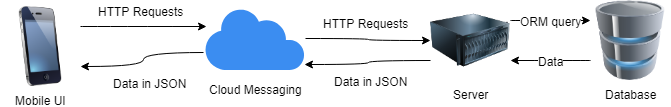
Before: FYP Architecture.png, a diagram exported from draw.io (khwongbf/FYP-CodeBase). Source tidied: cells renumbered, new cells last; positions are measured from the earlier drawing's top-left corner, leaving out a move shared by most shapes.
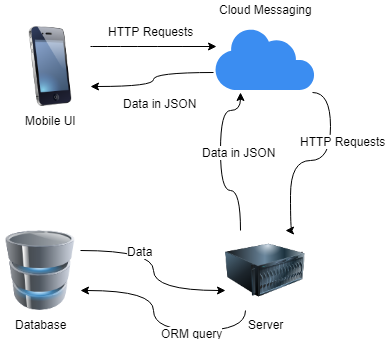
After the commit.

The edit, as a diff of the source:
```diff
@@ -2,7 +2,7 @@
   <root>
     <mxCell id="0" />
     <mxCell id="1" parent="0" />
-    <mxCell id="2" style="edgeStyle=orthogonalEdgeStyle;curved=1;jettySize=auto;html=1;exitX=0;exitY=0.75;exitDx=0;exitDy=0;entryX=1;entryY=0.75;entryDx=0;entryDy=0;" parent="1" edge="1" source="4" target="9">
+    <mxCell id="2" style="edgeStyle=orthogonalEdgeStyle;curved=1;jettySize=auto;html=1;exitX=1;exitY=0.25;exitDx=0;exitDy=0;entryX=0;entryY=0.75;entryDx=0;entryDy=0;" parent="1" edge="1" source="4" target="9">
       <mxGeometry relative="1" as="geometry" />
     </mxCell>
     <mxCell id="3" value="Data" style="text;html=1;align=center;verticalAlign=middle;labelBackgroundColor=#ffffff;" parent="2" vertex="1">
@@ -11,17 +11,25 @@
       </mxGeometry>
     </mxCell>
     <mxCell id="4" value="Database" style="image;html=1;labelBackgroundColor=#ffffff;image=img/lib/clip_art/computers/Database_128x128.png;" parent="1" vertex="1">
-      <mxGeometry x="590" width="80" height="80" as="geometry" />
+      <mxGeometry x="-10" y="210" width="80" height="80" as="geometry" />
     </mxCell>
-    <mxCell id="5" style="edgeStyle=orthogonalEdgeStyle;curved=1;jettySize=auto;html=1;exitX=0;exitY=0.75;exitDx=0;exitDy=0;entryX=0.99;entryY=0.906;entryDx=0;entryDy=0;entryPerimeter=0;" parent="1" edge="1" source="9" target="14">
-      <mxGeometry relative="1" as="geometry" />
+    <mxCell id="5" style="edgeStyle=orthogonalEdgeStyle;curved=1;jettySize=auto;html=1;entryX=0.25;entryY=1.031;entryDx=0;entryDy=0;entryPerimeter=0;" parent="1" edge="1" target="14">
+      <mxGeometry relative="1" as="geometry">
+        <mxPoint x="230" y="210" as="sourcePoint" />
+        <Array as="points">
+          <mxPoint x="230" y="170" />
+          <mxPoint x="210" y="170" />
+          <mxPoint x="210" y="90" />
+          <mxPoint x="230" y="90" />
+        </Array>
+      </mxGeometry>
     </mxCell>
     <mxCell id="6" value="Data in JSON" style="text;html=1;align=center;verticalAlign=middle;labelBackgroundColor=#ffffff;" parent="5" vertex="1">
       <mxGeometry x="0.28" y="1" relative="1" as="geometry">
         <mxPoint x="19" y="15" as="offset" />
       </mxGeometry>
     </mxCell>
-    <mxCell id="7" style="edgeStyle=orthogonalEdgeStyle;curved=1;jettySize=auto;html=1;exitX=1;exitY=0.25;exitDx=0;exitDy=0;entryX=0;entryY=0.25;entryDx=0;entryDy=0;" parent="1" edge="1" source="9" target="4">
+    <mxCell id="7" style="edgeStyle=orthogonalEdgeStyle;curved=1;jettySize=auto;html=1;exitX=0.25;exitY=1;exitDx=0;exitDy=0;entryX=1;entryY=0.75;entryDx=0;entryDy=0;" parent="1" edge="1" source="9" target="4">
       <mxGeometry relative="1" as="geometry" />
     </mxCell>
     <mxCell id="8" value="ORM query" style="text;html=1;align=center;verticalAlign=middle;labelBackgroundColor=#ffffff;" parent="7" vertex="1">
@@ -30,7 +38,7 @@
       </mxGeometry>
     </mxCell>
     <mxCell id="9" value="Server" style="image;html=1;labelBackgroundColor=#ffffff;image=img/lib/clip_art/computers/Server_128x128.png;" parent="1" vertex="1">
-      <mxGeometry x="430" width="80" height="80" as="geometry" />
+      <mxGeometry x="215" y="210" width="80" height="80" as="geometry" />
     </mxCell>
     <mxCell id="10" style="edgeStyle=orthogonalEdgeStyle;curved=1;jettySize=auto;html=1;exitX=1;exitY=0.25;exitDx=0;exitDy=0;entryX=0.01;entryY=0.313;entryDx=0;entryDy=0;entryPerimeter=0;" parent="1" edge="1" source="12" target="14">
       <mxGeometry relative="1" as="geometry" />
@@ -49,11 +57,15 @@
     <mxCell id="14" style="html=1;strokeColor=none;shadow=0;align=center;verticalAlign=top;fillColor=#3B8DF1;shape=mxgraph.gcp2.cloud_messaging;" parent="13" vertex="1">
       <mxGeometry x="5" width="100" height="64" as="geometry" />
     </mxCell>
-    <mxCell id="15" value="&lt;div style=&quot;text-align: center&quot;&gt;&lt;span&gt;Cloud Messaging&lt;/span&gt;&lt;/div&gt;" style="text;html=1;align=center;verticalAlign=top;spacingTop=-4;" parent="13" vertex="1">
-      <mxGeometry y="74" width="110" height="20" as="geometry" />
-    </mxCell>
-    <mxCell id="16" style="edgeStyle=orthogonalEdgeStyle;curved=1;jettySize=auto;html=1;entryX=0;entryY=0.5;entryDx=0;entryDy=0;" parent="1" edge="1" source="14" target="9">
-      <mxGeometry relative="1" as="geometry" />
+    <mxCell id="16" style="edgeStyle=orthogonalEdgeStyle;curved=1;jettySize=auto;html=1;exitX=0.97;exitY=1.031;exitDx=0;exitDy=0;exitPerimeter=0;entryX=0.75;entryY=0;entryDx=0;entryDy=0;" parent="1" edge="1" source="14" target="9">
+      <mxGeometry relative="1" as="geometry">
+        <Array as="points">
+          <mxPoint x="320" y="72" />
+          <mxPoint x="320" y="140" />
+          <mxPoint x="280" y="140" />
+          <mxPoint x="280" y="210" />
+        </Array>
+      </mxGeometry>
     </mxCell>
     <mxCell id="17" value="HTTP Requests" style="text;html=1;align=center;verticalAlign=middle;labelBackgroundColor=#ffffff;" parent="16" vertex="1">
       <mxGeometry x="-0.21" y="2" relative="1" as="geometry">
@@ -68,5 +80,8 @@
         <mxPoint x="19" y="15" as="offset" />
       </mxGeometry>
     </mxCell>
+    <mxCell id="15" value="&lt;div style=&quot;text-align: center&quot;&gt;&lt;span&gt;Cloud Messaging&lt;/span&gt;&lt;/div&gt;" style="text;html=1;align=center;verticalAlign=top;spacingTop=-4;" parent="1" vertex="1">
+      <mxGeometry x="200" y="-20" width="110" height="20" as="geometry" />
+    </mxCell>
   </root>
 </mxGraphModel>
```
